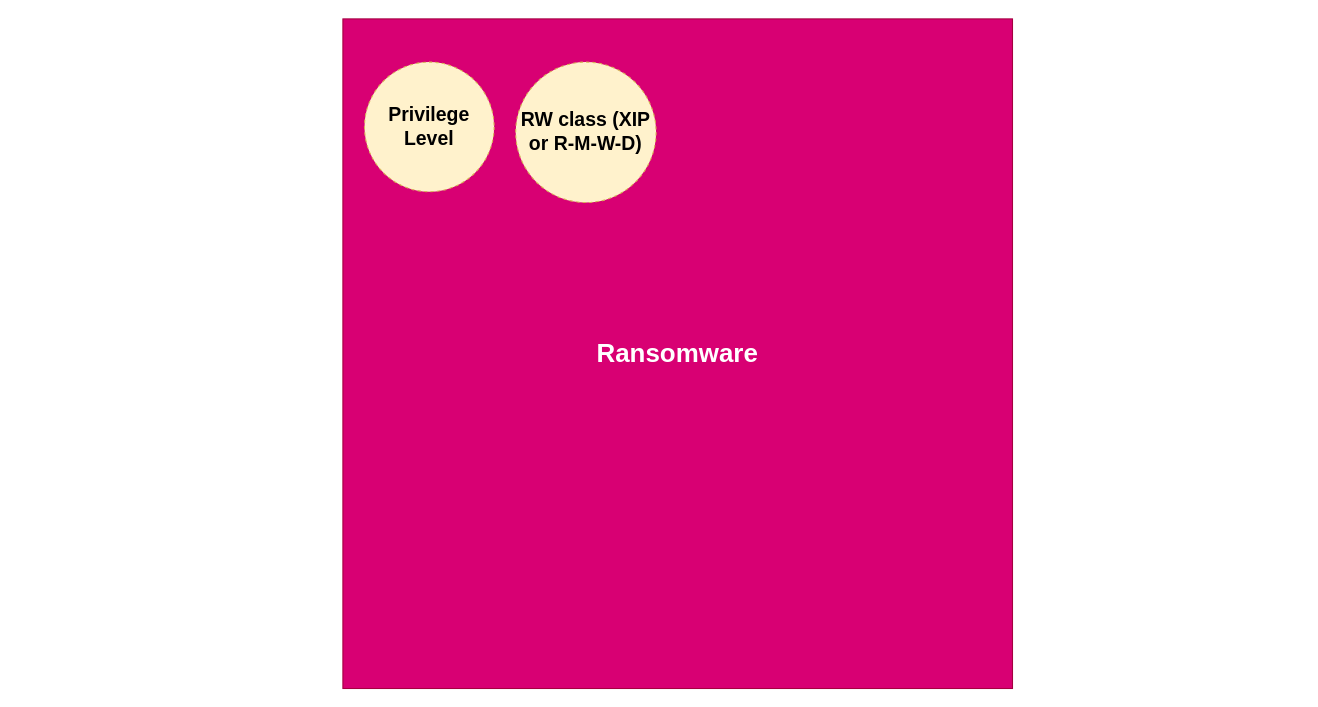
Earlier version of the draw.io diagram Standardized Ransomware.drawio (MooMooHorse/ransomware_set). Source tidied: cells renumbered, new cells numbered last; positions are measured from the earlier drawing's top-left corner, leaving out a move shared by most shapes. Both pictures are drawn from the tidied source at 108%, with x=0, y=0 at pixel (342, 18).
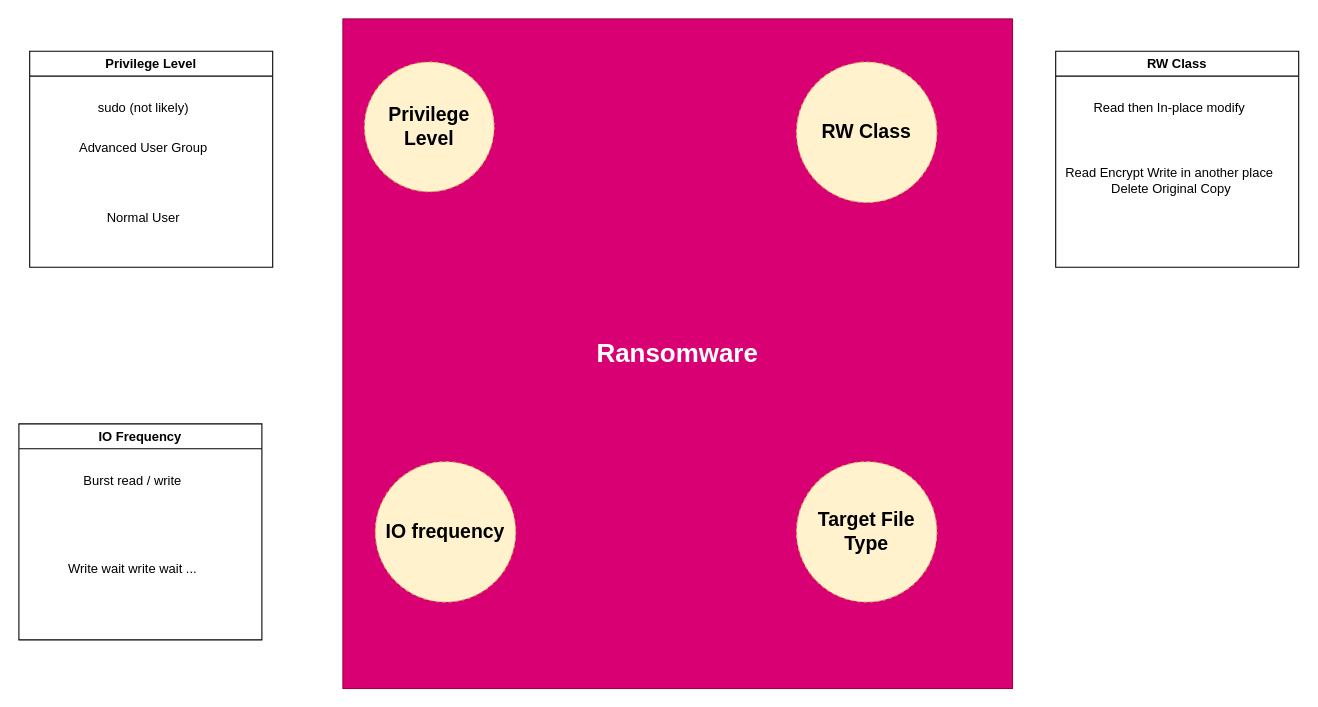
Above is the later version.

Change to the diagram source:
```diff
@@
 <mxGraphModel>
   <root>
     <mxCell id="0" />
     <mxCell id="1" parent="0" />
     <mxCell id="2" value="&lt;h1&gt;Ransomware&lt;/h1&gt;" style="whiteSpace=wrap;html=1;fillColor=#d80073;strokeColor=#A50040;fontColor=#ffffff;" parent="1" vertex="1">
       <mxGeometry width="620" height="620" as="geometry" />
     </mxCell>
     <mxCell id="3" value="&lt;h2&gt;Privilege Level&lt;/h2&gt;" style="ellipse;whiteSpace=wrap;html=1;dashed=1;fillColor=#fff2cc;strokeColor=#d6b656;" parent="1" vertex="1">
       <mxGeometry x="20" y="40" width="120" height="120" as="geometry" />
     </mxCell>
-    <mxCell id="4" value="&lt;h2&gt;RW class (XIP or R-M-W-D)&lt;/h2&gt;" style="ellipse;whiteSpace=wrap;html=1;dashed=1;fillColor=#fff2cc;strokeColor=#d6b656;" parent="1" vertex="1">
-      <mxGeometry x="160" y="40" width="130" height="130" as="geometry" />
+    <mxCell id="4" value="&lt;h2&gt;RW Class&lt;/h2&gt;" style="ellipse;whiteSpace=wrap;html=1;dashed=1;fillColor=#fff2cc;strokeColor=#d6b656;" parent="1" vertex="1">
+      <mxGeometry x="420" y="40" width="130" height="130" as="geometry" />
     </mxCell>
+    <mxCell id="5" value="&lt;h2&gt;IO frequency&lt;/h2&gt;" style="ellipse;whiteSpace=wrap;html=1;dashed=1;fillColor=#fff2cc;strokeColor=#d6b656;" parent="1" vertex="1">
+      <mxGeometry x="30" y="410" width="130" height="130" as="geometry" />
+    </mxCell>
+    <mxCell id="6" value="&lt;h2&gt;Target File Type&lt;/h2&gt;" style="ellipse;whiteSpace=wrap;html=1;dashed=1;fillColor=#fff2cc;strokeColor=#d6b656;" parent="1" vertex="1">
+      <mxGeometry x="420" y="410" width="130" height="130" as="geometry" />
+    </mxCell>
+    <mxCell id="7" value="RW Class" style="swimlane;whiteSpace=wrap;html=1;" parent="1" vertex="1">
+      <mxGeometry x="660" y="30" width="225" height="200" as="geometry" />
+    </mxCell>
+    <mxCell id="8" value="Read then In-place modify" style="text;html=1;align=center;verticalAlign=middle;strokeColor=none;fillColor=none;" parent="7" vertex="1">
+      <mxGeometry x="25" y="38" width="160" height="30" as="geometry" />
+    </mxCell>
+    <mxCell id="9" value="Read Encrypt Write in another place&lt;br&gt;&amp;nbsp;Delete Original Copy" style="text;html=1;align=center;verticalAlign=middle;strokeColor=none;fillColor=none;" parent="7" vertex="1">
+      <mxGeometry x="-5" y="100" width="220" height="40" as="geometry" />
+    </mxCell>
+    <mxCell id="10" value="Privilege Level" style="swimlane;whiteSpace=wrap;html=1;" parent="1" vertex="1">
+      <mxGeometry x="-290" y="30" width="225" height="200" as="geometry" />
+    </mxCell>
+    <mxCell id="11" value="sudo (not likely)" style="text;html=1;align=center;verticalAlign=middle;strokeColor=none;fillColor=none;" parent="10" vertex="1">
+      <mxGeometry x="50" y="38" width="110" height="30" as="geometry" />
+    </mxCell>
+    <mxCell id="12" value="Advanced User Group" style="text;html=1;align=center;verticalAlign=middle;strokeColor=none;fillColor=none;" parent="10" vertex="1">
+      <mxGeometry x="35" y="75" width="140" height="30" as="geometry" />
+    </mxCell>
+    <mxCell id="13" value="Normal User" style="text;html=1;align=center;verticalAlign=middle;strokeColor=none;fillColor=none;" parent="10" vertex="1">
+      <mxGeometry x="60" y="140" width="90" height="30" as="geometry" />
+    </mxCell>
+    <mxCell id="14" value="IO Frequency" style="swimlane;whiteSpace=wrap;html=1;" parent="1" vertex="1">
+      <mxGeometry x="-300" y="375" width="225" height="200" as="geometry" />
+    </mxCell>
+    <mxCell id="15" value="Burst read / write" style="text;html=1;align=center;verticalAlign=middle;strokeColor=none;fillColor=none;" parent="14" vertex="1">
+      <mxGeometry x="50" y="38" width="110" height="30" as="geometry" />
+    </mxCell>
+    <mxCell id="16" value="Write wait write wait ..." style="text;html=1;align=center;verticalAlign=middle;strokeColor=none;fillColor=none;" parent="14" vertex="1">
+      <mxGeometry x="35" y="120" width="140" height="30" as="geometry" />
+    </mxCell>
   </root>
 </mxGraphModel>
```
